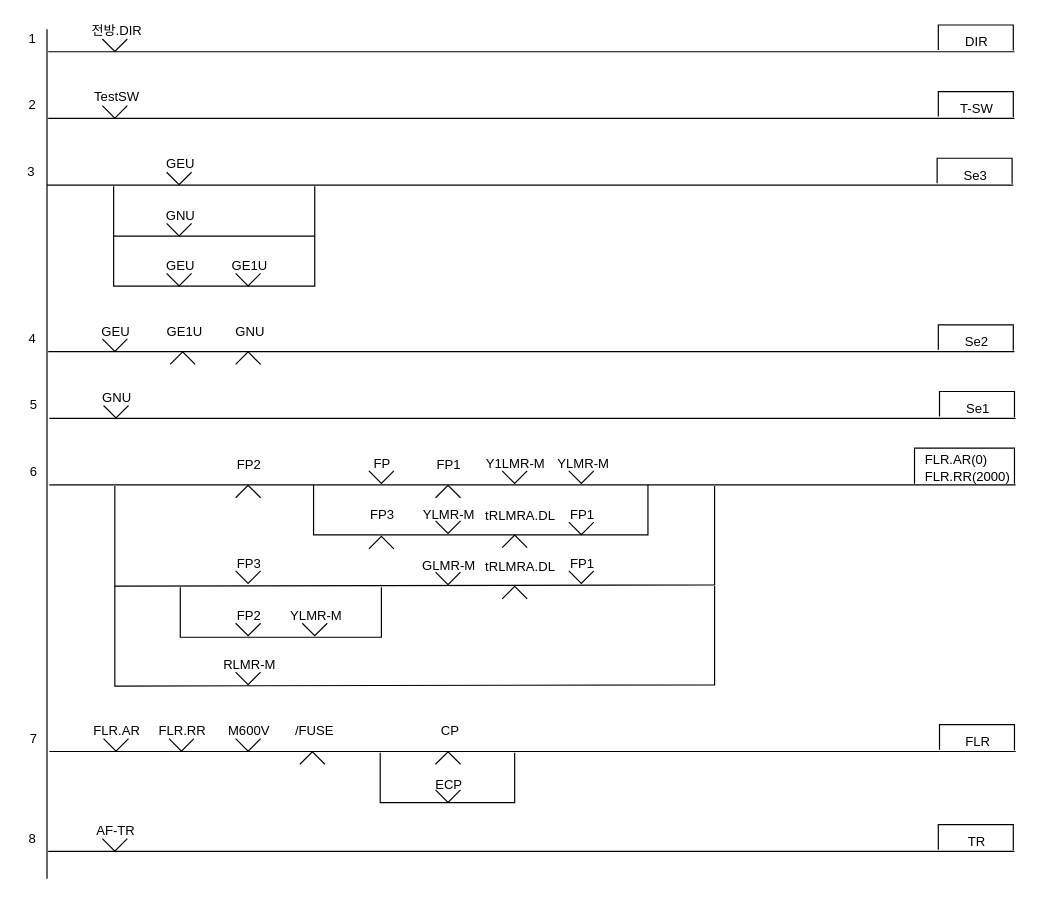
Above: page "34현시-통신제어(송신)_bak" (8 of 8) of Signal/3Display-Signal-Control-Logic.drawio in chillin2/MyDraw.io (draw.io), before the change. Source tidied: cells renumbered, new cells numbered last; positions are measured from the earlier drawing's top-left corner, leaving out a move shared by most shapes. Both pictures are drawn from the tidied source at 119%, with x=0, y=0 at pixel (20, 20).
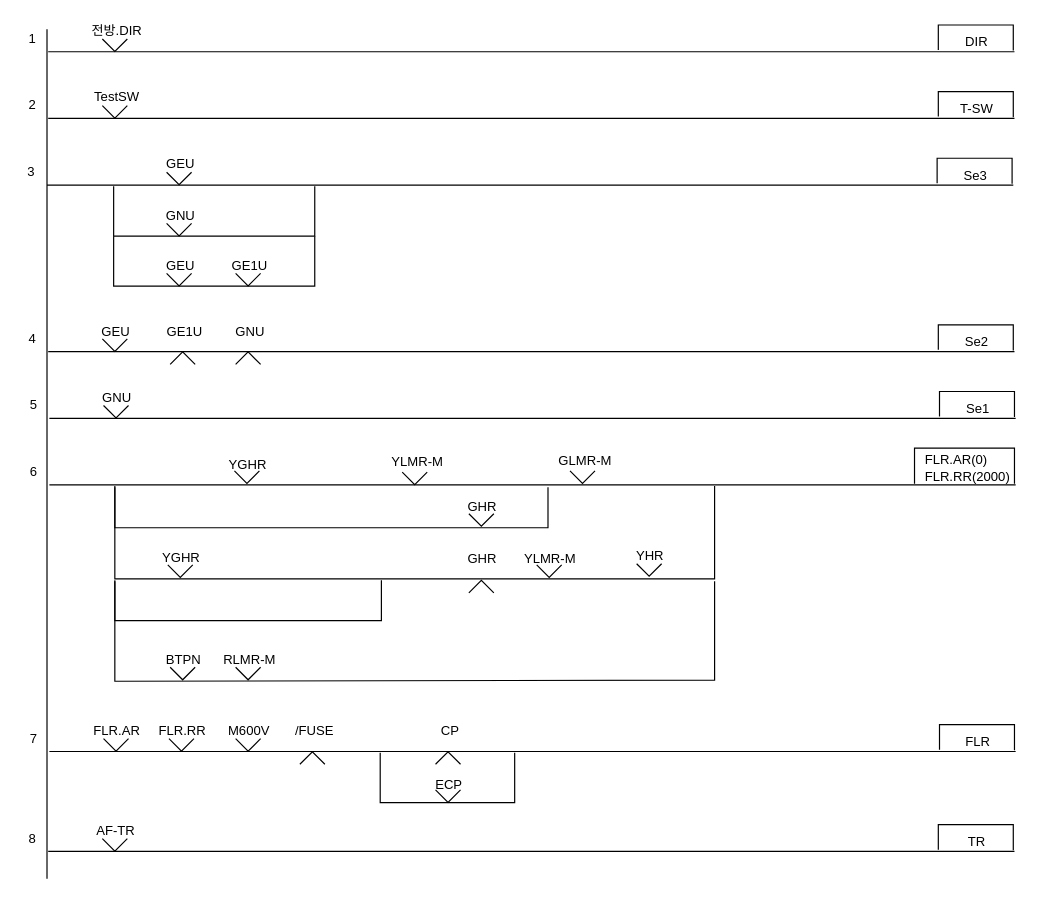
The same diagram, later.

Change to the diagram source:
```diff
@@
-    <mxCell id="46" value="FP2" style="text;html=1;strokeColor=none;fillColor=none;align=center;verticalAlign=middle;whiteSpace=wrap;rounded=0;fontFamily=Helvetica;fontSize=11;fontColor=default;" parent="1" vertex="1">
-      <mxGeometry x="172" y="365" width="40" height="15" as="geometry" />
-    </mxCell>
-    <mxCell id="47" style="verticalLabelPosition=bottom;html=1;verticalAlign=top;align=center;shape=mxgraph.floorplan.windowBow;strokeWidth=1;fontSize=11;direction=west;" parent="1" vertex="1">
-      <mxGeometry x="180.5" y="390" width="21" height="11" as="geometry" />
-    </mxCell>
@@
-    <mxCell id="49" style="endArrow=none;html=1;rounded=0;" parent="1" edge="1">
-      <mxGeometry relative="1" as="geometry">
-        <mxPoint x="246" y="390" as="sourcePoint" />
-        <mxPoint x="527" y="390" as="targetPoint" />
-        <Array as="points">
-          <mxPoint x="246" y="432" />
-          <mxPoint x="527" y="432" />
-        </Array>
-      </mxGeometry>
-    </mxCell>
-    <mxCell id="50" value="FP" style="text;html=1;strokeColor=none;fillColor=none;align=center;verticalAlign=middle;whiteSpace=wrap;rounded=0;fontFamily=Helvetica;fontSize=11;fontColor=default;" parent="1" vertex="1">
-      <mxGeometry x="284" y="364" width="40" height="15" as="geometry" />
-    </mxCell>
-    <mxCell id="51" style="verticalLabelPosition=bottom;html=1;verticalAlign=top;align=center;shape=mxgraph.floorplan.windowBow;strokeWidth=1;fontSize=11;" parent="1" vertex="1">
-      <mxGeometry x="292.5" y="378" width="21" height="11" as="geometry" />
-    </mxCell>
-    <mxCell id="52" value="FP1" style="text;html=1;strokeColor=none;fillColor=none;align=center;verticalAlign=middle;whiteSpace=wrap;rounded=0;fontFamily=Helvetica;fontSize=11;fontColor=default;" parent="1" vertex="1">
-      <mxGeometry x="340" y="365" width="40" height="15" as="geometry" />
-    </mxCell>
-    <mxCell id="53" style="verticalLabelPosition=bottom;html=1;verticalAlign=top;align=center;shape=mxgraph.floorplan.windowBow;strokeWidth=1;fontSize=11;direction=west;" parent="1" vertex="1">
-      <mxGeometry x="348.5" y="390" width="21" height="11" as="geometry" />
-    </mxCell>
-    <mxCell id="54" value="Y1LMR-M" style="text;html=1;strokeColor=none;fillColor=none;align=center;verticalAlign=middle;whiteSpace=wrap;rounded=0;fontFamily=Helvetica;fontSize=11;fontColor=default;" parent="1" vertex="1">
-      <mxGeometry x="389" y="364" width="54" height="15" as="geometry" />
-    </mxCell>
-    <mxCell id="55" style="verticalLabelPosition=bottom;html=1;verticalAlign=top;align=center;shape=mxgraph.floorplan.windowBow;strokeWidth=1;fontSize=11;" parent="1" vertex="1">
-      <mxGeometry x="404.5" y="378" width="21" height="11" as="geometry" />
-    </mxCell>
-    <mxCell id="56" value="YLMR-M" style="text;html=1;strokeColor=none;fillColor=none;align=center;verticalAlign=middle;whiteSpace=wrap;rounded=0;fontFamily=Helvetica;fontSize=11;fontColor=default;" parent="1" vertex="1">
-      <mxGeometry x="446" y="364" width="54" height="15" as="geometry" />
-    </mxCell>
-    <mxCell id="57" style="verticalLabelPosition=bottom;html=1;verticalAlign=top;align=center;shape=mxgraph.floorplan.windowBow;strokeWidth=1;fontSize=11;" parent="1" vertex="1">
-      <mxGeometry x="460.5" y="378" width="21" height="11" as="geometry" />
-    </mxCell>
-    <mxCell id="58" value="FP3" style="text;html=1;strokeColor=none;fillColor=none;align=center;verticalAlign=middle;whiteSpace=wrap;rounded=0;fontFamily=Helvetica;fontSize=11;fontColor=default;" parent="1" vertex="1">
-      <mxGeometry x="284" y="407" width="40" height="15" as="geometry" />
-    </mxCell>
-    <mxCell id="59" style="verticalLabelPosition=bottom;html=1;verticalAlign=top;align=center;shape=mxgraph.floorplan.windowBow;strokeWidth=1;fontSize=11;direction=west;" parent="1" vertex="1">
-      <mxGeometry x="292.5" y="433" width="21" height="11" as="geometry" />
-    </mxCell>
-    <mxCell id="60" value="YLMR-M" style="text;html=1;strokeColor=none;fillColor=none;align=center;verticalAlign=middle;whiteSpace=wrap;rounded=0;fontFamily=Helvetica;fontSize=11;fontColor=default;" parent="1" vertex="1">
-      <mxGeometry x="333" y="407" width="54" height="15" as="geometry" />
+    <mxCell id="60" value="YGHR" style="text;html=1;strokeColor=none;fillColor=none;align=center;verticalAlign=middle;whiteSpace=wrap;rounded=0;fontFamily=Helvetica;fontSize=11;fontColor=default;" parent="1" vertex="1">
+      <mxGeometry x="164" y="365" width="54" height="15" as="geometry" />
     </mxCell>
     <mxCell id="61" style="verticalLabelPosition=bottom;html=1;verticalAlign=top;align=center;shape=mxgraph.floorplan.windowBow;strokeWidth=1;fontSize=11;" parent="1" vertex="1">
-      <mxGeometry x="348.5" y="420" width="21" height="11" as="geometry" />
+      <mxGeometry x="179.5" y="378" width="21" height="11" as="geometry" />
     </mxCell>
-    <mxCell id="62" value="tRLMRA.DL" style="text;html=1;strokeColor=none;fillColor=none;align=center;verticalAlign=middle;whiteSpace=wrap;rounded=0;fontFamily=Helvetica;fontSize=11;fontColor=default;" parent="1" vertex="1">
-      <mxGeometry x="400" y="408" width="40" height="15" as="geometry" />
-    </mxCell>
-    <mxCell id="63" style="verticalLabelPosition=bottom;html=1;verticalAlign=top;align=center;shape=mxgraph.floorplan.windowBow;strokeWidth=1;fontSize=11;direction=west;" parent="1" vertex="1">
-      <mxGeometry x="404.5" y="432" width="21" height="11" as="geometry" />
-    </mxCell>
-    <mxCell id="64" value="FP1" style="text;html=1;strokeColor=none;fillColor=none;align=center;verticalAlign=middle;whiteSpace=wrap;rounded=0;fontFamily=Helvetica;fontSize=11;fontColor=default;" parent="1" vertex="1">
-      <mxGeometry x="452" y="407" width="40" height="15" as="geometry" />
+    <mxCell id="64" value="YLMR-M" style="text;html=1;strokeColor=none;fillColor=none;align=center;verticalAlign=middle;whiteSpace=wrap;rounded=0;fontFamily=Helvetica;fontSize=11;fontColor=default;" parent="1" vertex="1">
+      <mxGeometry x="310" y="363" width="47" height="15" as="geometry" />
     </mxCell>
     <mxCell id="65" style="verticalLabelPosition=bottom;html=1;verticalAlign=top;align=center;shape=mxgraph.floorplan.windowBow;strokeWidth=1;fontSize=11;" parent="1" vertex="1">
-      <mxGeometry x="460.5" y="421" width="21" height="11" as="geometry" />
+      <mxGeometry x="320.5" y="379" width="21" height="11" as="geometry" />
     </mxCell>
     <mxCell id="66" style="endArrow=none;html=1;rounded=0;" parent="1" edge="1">
       <mxGeometry relative="1" as="geometry">
         <mxPoint x="79" y="391" as="sourcePoint" />
         <mxPoint x="583" y="391" as="targetPoint" />
         <Array as="points">
-          <mxPoint x="79" y="475" />
-          <mxPoint x="583" y="474" />
+          <mxPoint x="79" y="469" />
+          <mxPoint x="583" y="469" />
         </Array>
       </mxGeometry>
     </mxCell>
-    <mxCell id="67" value="FP3" style="text;html=1;strokeColor=none;fillColor=none;align=center;verticalAlign=middle;whiteSpace=wrap;rounded=0;fontFamily=Helvetica;fontSize=11;fontColor=default;" parent="1" vertex="1">
-      <mxGeometry x="172" y="448" width="40" height="15" as="geometry" />
-    </mxCell>
-    <mxCell id="68" style="verticalLabelPosition=bottom;html=1;verticalAlign=top;align=center;shape=mxgraph.floorplan.windowBow;strokeWidth=1;fontSize=11;" parent="1" vertex="1">
-      <mxGeometry x="180.5" y="462" width="21" height="11" as="geometry" />
-    </mxCell>
-    <mxCell id="69" value="GLMR-M" style="text;html=1;strokeColor=none;fillColor=none;align=center;verticalAlign=middle;whiteSpace=wrap;rounded=0;fontFamily=Helvetica;fontSize=11;fontColor=default;" parent="1" vertex="1">
-      <mxGeometry x="333" y="450" width="54" height="15" as="geometry" />
+    <mxCell id="69" value="YLMR-M" style="text;html=1;strokeColor=none;fillColor=none;align=center;verticalAlign=middle;whiteSpace=wrap;rounded=0;fontFamily=Helvetica;fontSize=11;fontColor=default;" parent="1" vertex="1">
+      <mxGeometry x="418" y="444" width="54" height="15" as="geometry" />
     </mxCell>
     <mxCell id="70" style="verticalLabelPosition=bottom;html=1;verticalAlign=top;align=center;shape=mxgraph.floorplan.windowBow;strokeWidth=1;fontSize=11;" parent="1" vertex="1">
-      <mxGeometry x="348.5" y="463" width="21" height="11" as="geometry" />
+      <mxGeometry x="433.5" y="457" width="21" height="11" as="geometry" />
     </mxCell>
-    <mxCell id="71" value="tRLMRA.DL" style="text;html=1;strokeColor=none;fillColor=none;align=center;verticalAlign=middle;whiteSpace=wrap;rounded=0;fontFamily=Helvetica;fontSize=11;fontColor=default;" parent="1" vertex="1">
-      <mxGeometry x="400" y="451" width="40" height="15" as="geometry" />
-    </mxCell>
-    <mxCell id="72" style="verticalLabelPosition=bottom;html=1;verticalAlign=top;align=center;shape=mxgraph.floorplan.windowBow;strokeWidth=1;fontSize=11;direction=west;" parent="1" vertex="1">
-      <mxGeometry x="404.5" y="475" width="21" height="11" as="geometry" />
-    </mxCell>
-    <mxCell id="73" value="FP1" style="text;html=1;strokeColor=none;fillColor=none;align=center;verticalAlign=middle;whiteSpace=wrap;rounded=0;fontFamily=Helvetica;fontSize=11;fontColor=default;" parent="1" vertex="1">
-      <mxGeometry x="452" y="448" width="40" height="15" as="geometry" />
+    <mxCell id="73" value="YHR" style="text;html=1;strokeColor=none;fillColor=none;align=center;verticalAlign=middle;whiteSpace=wrap;rounded=0;fontFamily=Helvetica;fontSize=11;fontColor=default;" parent="1" vertex="1">
+      <mxGeometry x="509" y="442" width="40" height="15" as="geometry" />
     </mxCell>
     <mxCell id="74" style="verticalLabelPosition=bottom;html=1;verticalAlign=top;align=center;shape=mxgraph.floorplan.windowBow;strokeWidth=1;fontSize=11;" parent="1" vertex="1">
-      <mxGeometry x="460.5" y="462" width="21" height="11" as="geometry" />
+      <mxGeometry x="517.5" y="456" width="21" height="11" as="geometry" />
     </mxCell>
     <mxCell id="75" style="endArrow=none;html=1;rounded=0;" parent="1" edge="1">
       <mxGeometry relative="1" as="geometry">
-        <mxPoint x="134" y="476" as="sourcePoint" />
-        <mxPoint x="303" y="476" as="targetPoint" />
+        <mxPoint x="79" y="470" as="sourcePoint" />
+        <mxPoint x="303" y="470" as="targetPoint" />
         <Array as="points">
-          <mxPoint x="134" y="518" />
-          <mxPoint x="303" y="518" />
+          <mxPoint x="79" y="504" />
+          <mxPoint x="303" y="504" />
         </Array>
       </mxGeometry>
     </mxCell>
-    <mxCell id="76" value="FP2" style="text;html=1;strokeColor=none;fillColor=none;align=center;verticalAlign=middle;whiteSpace=wrap;rounded=0;fontFamily=Helvetica;fontSize=11;fontColor=default;" parent="1" vertex="1">
-      <mxGeometry x="172" y="492" width="40" height="15" as="geometry" />
+    <mxCell id="76" value="YGHR" style="text;html=1;strokeColor=none;fillColor=none;align=center;verticalAlign=middle;whiteSpace=wrap;rounded=0;fontFamily=Helvetica;fontSize=11;fontColor=default;" parent="1" vertex="1">
+      <mxGeometry x="115" y="443" width="40" height="15" as="geometry" />
     </mxCell>
     <mxCell id="77" style="verticalLabelPosition=bottom;html=1;verticalAlign=top;align=center;shape=mxgraph.floorplan.windowBow;strokeWidth=1;fontSize=11;" parent="1" vertex="1">
-      <mxGeometry x="180.5" y="506" width="21" height="11" as="geometry" />
+      <mxGeometry x="123.5" y="457" width="21" height="11" as="geometry" />
     </mxCell>
-    <mxCell id="78" value="YLMR-M" style="text;html=1;strokeColor=none;fillColor=none;align=center;verticalAlign=middle;whiteSpace=wrap;rounded=0;fontFamily=Helvetica;fontSize=11;fontColor=default;" parent="1" vertex="1">
-      <mxGeometry x="225" y="492" width="47" height="15" as="geometry" />
-    </mxCell>
-    <mxCell id="79" style="verticalLabelPosition=bottom;html=1;verticalAlign=top;align=center;shape=mxgraph.floorplan.windowBow;strokeWidth=1;fontSize=11;" parent="1" vertex="1">
-      <mxGeometry x="236.5" y="506" width="21" height="11" as="geometry" />
-    </mxCell>
     <mxCell id="80" style="endArrow=none;html=1;rounded=0;" parent="1" edge="1">
       <mxGeometry relative="1" as="geometry">
-        <mxPoint x="79" y="475" as="sourcePoint" />
-        <mxPoint x="583" y="475" as="targetPoint" />
+        <mxPoint x="79" y="471" as="sourcePoint" />
+        <mxPoint x="583" y="471" as="targetPoint" />
         <Array as="points">
-          <mxPoint x="79" y="559" />
-          <mxPoint x="583" y="558" />
+          <mxPoint x="79" y="555" />
+          <mxPoint x="583" y="554" />
         </Array>
       </mxGeometry>
     </mxCell>
     <mxCell id="81" value="RLMR-M" style="text;html=1;strokeColor=none;fillColor=none;align=center;verticalAlign=middle;whiteSpace=wrap;rounded=0;fontFamily=Helvetica;fontSize=11;fontColor=default;" parent="1" vertex="1">
-      <mxGeometry x="169" y="533" width="47" height="15" as="geometry" />
+      <mxGeometry x="169" y="529" width="47" height="15" as="geometry" />
     </mxCell>
     <mxCell id="82" style="verticalLabelPosition=bottom;html=1;verticalAlign=top;align=center;shape=mxgraph.floorplan.windowBow;strokeWidth=1;fontSize=11;" parent="1" vertex="1">
-      <mxGeometry x="180.5" y="547" width="21" height="11" as="geometry" />
+      <mxGeometry x="180.5" y="543" width="21" height="11" as="geometry" />
     </mxCell>
@@
+    <mxCell id="108" value="BTPN" style="text;html=1;strokeColor=none;fillColor=none;align=center;verticalAlign=middle;whiteSpace=wrap;rounded=0;fontFamily=Helvetica;fontSize=11;fontColor=default;" parent="1" vertex="1">
+      <mxGeometry x="117" y="529" width="40" height="15" as="geometry" />
+    </mxCell>
+    <mxCell id="109" style="verticalLabelPosition=bottom;html=1;verticalAlign=top;align=center;shape=mxgraph.floorplan.windowBow;strokeWidth=1;fontSize=11;" parent="1" vertex="1">
+      <mxGeometry x="125.5" y="543" width="21" height="11" as="geometry" />
+    </mxCell>
+    <mxCell id="110" value="GHR" style="text;html=1;strokeColor=none;fillColor=none;align=center;verticalAlign=middle;whiteSpace=wrap;rounded=0;fontFamily=Helvetica;fontSize=11;fontColor=default;" parent="1" vertex="1">
+      <mxGeometry x="368" y="444" width="40" height="15" as="geometry" />
+    </mxCell>
+    <mxCell id="111" style="verticalLabelPosition=bottom;html=1;verticalAlign=top;align=center;shape=mxgraph.floorplan.windowBow;strokeWidth=1;fontSize=11;direction=west;" parent="1" vertex="1">
+      <mxGeometry x="376.5" y="470" width="21" height="11" as="geometry" />
+    </mxCell>
+    <mxCell id="112" value="GLMR-M" style="text;html=1;strokeColor=none;fillColor=none;align=center;verticalAlign=middle;whiteSpace=wrap;rounded=0;fontFamily=Helvetica;fontSize=11;fontColor=default;" parent="1" vertex="1">
+      <mxGeometry x="451" y="362" width="47" height="15" as="geometry" />
+    </mxCell>
+    <mxCell id="113" style="verticalLabelPosition=bottom;html=1;verticalAlign=top;align=center;shape=mxgraph.floorplan.windowBow;strokeWidth=1;fontSize=11;" parent="1" vertex="1">
+      <mxGeometry x="461.5" y="378" width="21" height="11" as="geometry" />
+    </mxCell>
+    <mxCell id="114" style="endArrow=none;html=1;rounded=0;" parent="1" edge="1">
+      <mxGeometry relative="1" as="geometry">
+        <mxPoint x="79" y="392" as="sourcePoint" />
+        <mxPoint x="443" y="392" as="targetPoint" />
+        <Array as="points">
+          <mxPoint x="79" y="426" />
+          <mxPoint x="443" y="426" />
+        </Array>
+      </mxGeometry>
+    </mxCell>
+    <mxCell id="115" value="GHR" style="text;html=1;strokeColor=none;fillColor=none;align=center;verticalAlign=middle;whiteSpace=wrap;rounded=0;fontFamily=Helvetica;fontSize=11;fontColor=default;" parent="1" vertex="1">
+      <mxGeometry x="368" y="400" width="40" height="15" as="geometry" />
+    </mxCell>
+    <mxCell id="116" style="verticalLabelPosition=bottom;html=1;verticalAlign=top;align=center;shape=mxgraph.floorplan.windowBow;strokeWidth=1;fontSize=11;" parent="1" vertex="1">
+      <mxGeometry x="376.5" y="414" width="21" height="11" as="geometry" />
+    </mxCell>
```
